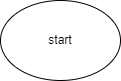
Before: method.drawio.png, a diagram exported from draw.io (NikolaySemin/ItogiBloka). Source tidied: cells renumbered, new cells last; positions are measured from the earlier drawing's top-left corner, leaving out a move shared by most shapes. The source it was exported from:
```xml
<mxGraphModel>
  <root>
    <mxCell id="0" />
    <mxCell id="1" parent="0" />
    <mxCell id="2" value="start" style="ellipse;whiteSpace=wrap;html=1;" parent="1" vertex="1">
      <mxGeometry width="120" height="80" as="geometry" />
    </mxCell>
  </root>
</mxGraphModel>
```
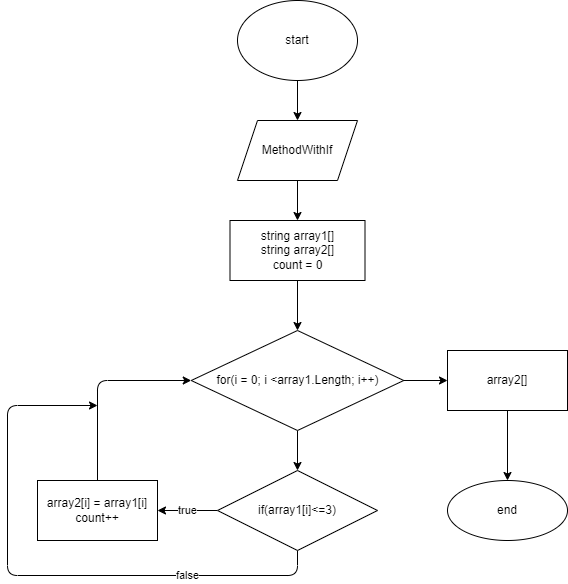
Later version of the same file.

Diff of the diagram source:
```diff
@@ -2,8 +2,67 @@
   <root>
     <mxCell id="0" />
     <mxCell id="1" parent="0" />
+    <mxCell id="3" style="edgeStyle=none;html=1;exitX=0.5;exitY=1;exitDx=0;exitDy=0;entryX=0.5;entryY=0;entryDx=0;entryDy=0;" parent="1" edge="1" source="2" target="5">
+      <mxGeometry relative="1" as="geometry" />
+    </mxCell>
     <mxCell id="2" value="start" style="ellipse;whiteSpace=wrap;html=1;" parent="1" vertex="1">
       <mxGeometry width="120" height="80" as="geometry" />
     </mxCell>
+    <mxCell id="4" style="edgeStyle=none;html=1;" parent="1" edge="1" source="5" target="7">
+      <mxGeometry relative="1" as="geometry" />
+    </mxCell>
+    <mxCell id="5" value="MethodWithIf" style="shape=parallelogram;perimeter=parallelogramPerimeter;whiteSpace=wrap;html=1;fixedSize=1;" parent="1" vertex="1">
+      <mxGeometry y="120" width="120" height="60" as="geometry" />
+    </mxCell>
+    <mxCell id="6" style="edgeStyle=none;html=1;" parent="1" edge="1" source="7" target="10">
+      <mxGeometry relative="1" as="geometry" />
+    </mxCell>
+    <mxCell id="7" value="string array1[]&lt;br&gt;string array2[]&lt;br&gt;count = 0" style="whiteSpace=wrap;html=1;" parent="1" vertex="1">
+      <mxGeometry x="-7.5" y="220" width="135" height="60" as="geometry" />
+    </mxCell>
+    <mxCell id="8" style="edgeStyle=none;html=1;" parent="1" edge="1" source="10" target="13">
+      <mxGeometry relative="1" as="geometry" />
+    </mxCell>
+    <mxCell id="9" style="edgeStyle=orthogonalEdgeStyle;html=1;exitX=1;exitY=0.5;exitDx=0;exitDy=0;entryX=0;entryY=0.5;entryDx=0;entryDy=0;" parent="1" edge="1" source="10" target="18">
+      <mxGeometry relative="1" as="geometry" />
+    </mxCell>
+    <mxCell id="10" value="for(i = 0; i &amp;lt;array1.Length; i++)" style="rhombus;whiteSpace=wrap;html=1;" parent="1" vertex="1">
+      <mxGeometry x="-46.2" y="330" width="212.5" height="100" as="geometry" />
+    </mxCell>
+    <mxCell id="11" value="true" style="edgeStyle=none;html=1;" parent="1" edge="1" source="13" target="15">
+      <mxGeometry relative="1" as="geometry" />
+    </mxCell>
+    <mxCell id="12" value="false" style="edgeStyle=orthogonalEdgeStyle;html=1;exitX=0.5;exitY=1;exitDx=0;exitDy=0;" parent="1" edge="1" source="13">
+      <mxGeometry x="-0.53" relative="1" as="geometry">
+        <mxPoint x="-140" y="405" as="targetPoint" />
+        <Array as="points">
+          <mxPoint x="60" y="575" />
+          <mxPoint x="-230" y="575" />
+          <mxPoint x="-230" y="405" />
+        </Array>
+      </mxGeometry>
+    </mxCell>
+    <mxCell id="13" value="if(array1[i]&amp;lt;=3)" style="rhombus;whiteSpace=wrap;html=1;" parent="1" vertex="1">
+      <mxGeometry x="-20" y="470" width="160" height="80" as="geometry" />
+    </mxCell>
+    <mxCell id="14" style="edgeStyle=orthogonalEdgeStyle;html=1;exitX=0.5;exitY=0;exitDx=0;exitDy=0;entryX=0;entryY=0.5;entryDx=0;entryDy=0;" parent="1" edge="1" source="15" target="10">
+      <mxGeometry relative="1" as="geometry">
+        <Array as="points">
+          <mxPoint x="-140" y="380" />
+        </Array>
+      </mxGeometry>
+    </mxCell>
+    <mxCell id="15" value="array2[i] = array1[i]&lt;br&gt;count++" style="whiteSpace=wrap;html=1;" parent="1" vertex="1">
+      <mxGeometry x="-200" y="480" width="120" height="60" as="geometry" />
+    </mxCell>
+    <mxCell id="16" value="end" style="ellipse;whiteSpace=wrap;html=1;" parent="1" vertex="1">
+      <mxGeometry x="210" y="480" width="120" height="60" as="geometry" />
+    </mxCell>
+    <mxCell id="17" style="edgeStyle=orthogonalEdgeStyle;html=1;exitX=0.5;exitY=1;exitDx=0;exitDy=0;" parent="1" edge="1" source="18" target="16">
+      <mxGeometry relative="1" as="geometry" />
+    </mxCell>
+    <mxCell id="18" value="array2[]" style="rounded=0;whiteSpace=wrap;html=1;" parent="1" vertex="1">
+      <mxGeometry x="210" y="350" width="120" height="60" as="geometry" />
+    </mxCell>
   </root>
 </mxGraphModel>
```
